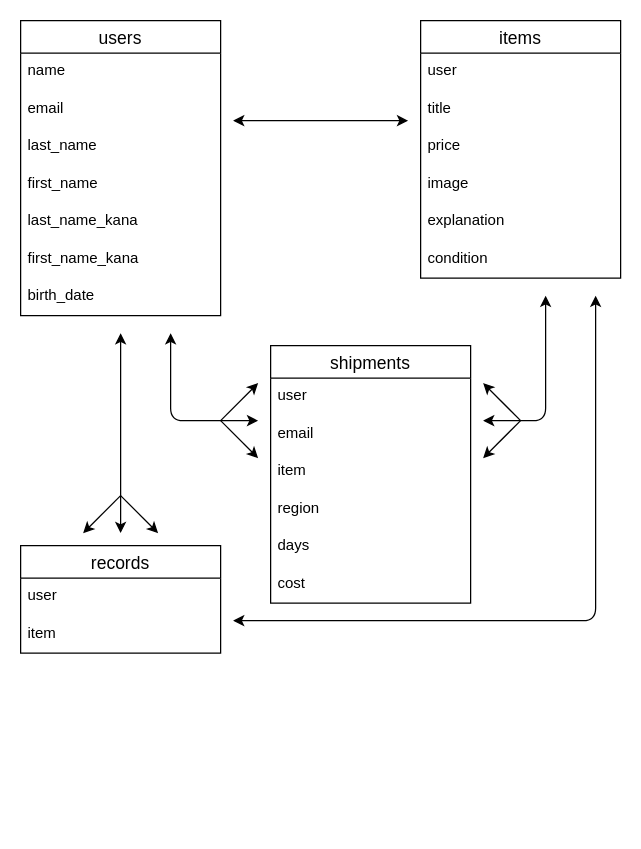
toshikatsu1201/furima-41659 keeps this draw.io diagram as furima.dio. Above is the earlier version. Source tidied: cells renumbered, new cells numbered last; positions are measured from the earlier drawing's top-left corner, leaving out a move shared by most shapes. Both pictures are drawn from the tidied source at 125%, with x=0, y=0 at pixel (20, 20).
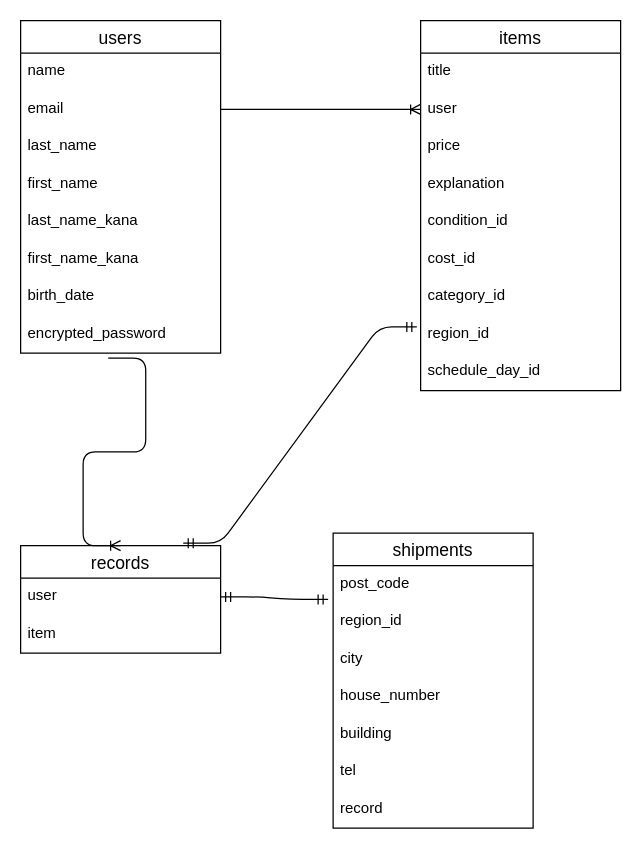
The same page after the edit.

The change refers to these unchanged cells:
```xml
<mxCell id="4" value="email" style="text;strokeColor=none;fillColor=none;spacingLeft=4;spacingRight=4;overflow=hidden;points=[[0,0.5],[1,0.5]];portConstraint=eastwest;fontSize=12;" parent="2" vertex="1">
  <mxGeometry y="56" width="160" height="30" as="geometry" />
</mxCell>
<mxCell id="24" value="records" style="swimlane;fontStyle=0;horizontal=1;startSize=26;align=center;fontSize=14;" parent="1" vertex="1">
  <mxGeometry y="420" width="160" height="86" as="geometry" />
</mxCell>
<mxCell id="25" value="user" style="text;strokeColor=none;fillColor=none;spacingLeft=4;spacingRight=4;overflow=hidden;points=[[0,0.5],[1,0.5]];portConstraint=eastwest;fontSize=12;" parent="24" vertex="1">
  <mxGeometry y="26" width="160" height="30" as="geometry" />
</mxCell>
```

What changed in the source:
```diff
@@
     <mxCell id="2" value="users" style="swimlane;fontStyle=0;horizontal=1;startSize=26;align=center;fontSize=14;" parent="1" vertex="1">
-      <mxGeometry width="160" height="236" as="geometry" />
+      <mxGeometry width="160" height="266" as="geometry" />
     </mxCell>
@@
+    <mxCell id="38" value="encrypted_password" style="text;strokeColor=none;fillColor=none;spacingLeft=4;spacingRight=4;overflow=hidden;points=[[0,0.5],[1,0.5]];portConstraint=eastwest;fontSize=12;" parent="2" vertex="1">
+      <mxGeometry y="236" width="160" height="30" as="geometry" />
+    </mxCell>
     <mxCell id="10" value="items" style="swimlane;fontStyle=0;horizontal=1;startSize=26;align=center;fontSize=14;" parent="1" vertex="1">
-      <mxGeometry x="320" width="160" height="206" as="geometry" />
+      <mxGeometry x="320" width="160" height="296" as="geometry" />
     </mxCell>
-    <mxCell id="11" value="user" style="text;strokeColor=none;fillColor=none;spacingLeft=4;spacingRight=4;overflow=hidden;fontSize=12;" parent="10" vertex="1">
+    <mxCell id="11" value="title" style="text;strokeColor=none;fillColor=none;spacingLeft=4;spacingRight=4;overflow=hidden;fontSize=12;" parent="10" vertex="1">
       <mxGeometry y="26" width="160" height="30" as="geometry" />
     </mxCell>
-    <mxCell id="12" value="title" style="text;strokeColor=none;fillColor=none;spacingLeft=4;spacingRight=4;overflow=hidden;points=[[0,0.5],[1,0.5]];portConstraint=eastwest;fontSize=12;" parent="10" vertex="1">
+    <mxCell id="12" value="user" style="text;strokeColor=none;fillColor=none;spacingLeft=4;spacingRight=4;overflow=hidden;points=[[0,0.5],[1,0.5]];portConstraint=eastwest;fontSize=12;" parent="10" vertex="1">
       <mxGeometry y="56" width="160" height="30" as="geometry" />
     </mxCell>
@@
-    <mxCell id="14" value="image" style="text;strokeColor=none;fillColor=none;spacingLeft=4;spacingRight=4;overflow=hidden;fontSize=12;" parent="10" vertex="1">
+    <mxCell id="14" value="explanation" style="text;strokeColor=none;fillColor=none;spacingLeft=4;spacingRight=4;overflow=hidden;fontSize=12;" parent="10" vertex="1">
       <mxGeometry y="116" width="160" height="30" as="geometry" />
     </mxCell>
-    <mxCell id="15" value="explanation" style="text;strokeColor=none;fillColor=none;spacingLeft=4;spacingRight=4;overflow=hidden;fontSize=12;" parent="10" vertex="1">
+    <mxCell id="15" value="condition_id" style="text;strokeColor=none;fillColor=none;spacingLeft=4;spacingRight=4;overflow=hidden;fontSize=12;" parent="10" vertex="1">
       <mxGeometry y="146" width="160" height="30" as="geometry" />
     </mxCell>
-    <mxCell id="16" value="condition" style="text;strokeColor=none;fillColor=none;spacingLeft=4;spacingRight=4;overflow=hidden;fontSize=12;" parent="10" vertex="1">
+    <mxCell id="16" value="cost_id" style="text;strokeColor=none;fillColor=none;spacingLeft=4;spacingRight=4;overflow=hidden;fontSize=12;" parent="10" vertex="1">
       <mxGeometry y="176" width="160" height="30" as="geometry" />
     </mxCell>
+    <mxCell id="39" value="category_id" style="text;strokeColor=none;fillColor=none;spacingLeft=4;spacingRight=4;overflow=hidden;fontSize=12;" parent="10" vertex="1">
+      <mxGeometry y="206" width="160" height="30" as="geometry" />
+    </mxCell>
+    <mxCell id="40" value="region_id" style="text;strokeColor=none;fillColor=none;spacingLeft=4;spacingRight=4;overflow=hidden;points=[[0,0.5],[1,0.5]];portConstraint=eastwest;fontSize=12;" parent="10" vertex="1">
+      <mxGeometry y="236" width="160" height="30" as="geometry" />
+    </mxCell>
+    <mxCell id="41" value="schedule_day_id" style="text;strokeColor=none;fillColor=none;spacingLeft=4;spacingRight=4;overflow=hidden;fontSize=12;" parent="10" vertex="1">
+      <mxGeometry y="266" width="160" height="30" as="geometry" />
+    </mxCell>
     <mxCell id="17" value="shipments" style="swimlane;fontStyle=0;horizontal=1;startSize=26;align=center;fontSize=14;" parent="1" vertex="1">
-      <mxGeometry x="200" y="260" width="160" height="206" as="geometry" />
+      <mxGeometry x="250" y="410" width="160" height="236" as="geometry" />
     </mxCell>
-    <mxCell id="18" value="user" style="text;strokeColor=none;fillColor=none;spacingLeft=4;spacingRight=4;overflow=hidden;points=[[0,0.5],[1,0.5]];portConstraint=eastwest;fontSize=12;" parent="17" vertex="1">
+    <mxCell id="18" value="post_code" style="text;strokeColor=none;fillColor=none;spacingLeft=4;spacingRight=4;overflow=hidden;points=[[0,0.5],[1,0.5]];portConstraint=eastwest;fontSize=12;" parent="17" vertex="1">
       <mxGeometry y="26" width="160" height="30" as="geometry" />
     </mxCell>
-    <mxCell id="19" value="email" style="text;strokeColor=none;fillColor=none;spacingLeft=4;spacingRight=4;overflow=hidden;fontSize=12;" parent="17" vertex="1">
+    <mxCell id="19" value="region_id" style="text;strokeColor=none;fillColor=none;spacingLeft=4;spacingRight=4;overflow=hidden;fontSize=12;" parent="17" vertex="1">
       <mxGeometry y="56" width="160" height="30" as="geometry" />
     </mxCell>
-    <mxCell id="20" value="item" style="text;strokeColor=none;fillColor=none;spacingLeft=4;spacingRight=4;overflow=hidden;fontSize=12;" parent="17" vertex="1">
+    <mxCell id="20" value="city" style="text;strokeColor=none;fillColor=none;spacingLeft=4;spacingRight=4;overflow=hidden;fontSize=12;" parent="17" vertex="1">
       <mxGeometry y="86" width="160" height="30" as="geometry" />
     </mxCell>
-    <mxCell id="21" value="region" style="text;strokeColor=none;fillColor=none;spacingLeft=4;spacingRight=4;overflow=hidden;fontSize=12;" parent="17" vertex="1">
+    <mxCell id="21" value="house_number" style="text;strokeColor=none;fillColor=none;spacingLeft=4;spacingRight=4;overflow=hidden;fontSize=12;" parent="17" vertex="1">
       <mxGeometry y="116" width="160" height="30" as="geometry" />
     </mxCell>
-    <mxCell id="22" value="days" style="text;strokeColor=none;fillColor=none;spacingLeft=4;spacingRight=4;overflow=hidden;fontSize=12;" parent="17" vertex="1">
+    <mxCell id="22" value="building" style="text;strokeColor=none;fillColor=none;spacingLeft=4;spacingRight=4;overflow=hidden;fontSize=12;" parent="17" vertex="1">
       <mxGeometry y="146" width="160" height="30" as="geometry" />
     </mxCell>
-    <mxCell id="23" value="cost" style="text;strokeColor=none;fillColor=none;spacingLeft=4;spacingRight=4;overflow=hidden;fontSize=12;" parent="17" vertex="1">
+    <mxCell id="23" value="tel" style="text;strokeColor=none;fillColor=none;spacingLeft=4;spacingRight=4;overflow=hidden;fontSize=12;" parent="17" vertex="1">
       <mxGeometry y="176" width="160" height="30" as="geometry" />
     </mxCell>
+    <mxCell id="42" value="record " style="text;strokeColor=none;fillColor=none;spacingLeft=4;spacingRight=4;overflow=hidden;fontSize=12;" parent="17" vertex="1">
+      <mxGeometry y="206" width="160" height="30" as="geometry" />
+    </mxCell>
@@
-    <mxCell id="27" style="endArrow=classic;startArrow=classic;html=1;" parent="1" edge="1">
-      <mxGeometry relative="1" as="geometry">
-        <mxPoint x="80" y="410" as="sourcePoint" />
-        <mxPoint x="80" y="250" as="targetPoint" />
-      </mxGeometry>
-    </mxCell>
-    <mxCell id="28" style="endArrow=classic;html=1;" parent="1" edge="1">
-      <mxGeometry relative="1" as="geometry">
-        <mxPoint x="80" y="380" as="sourcePoint" />
-        <mxPoint x="110" y="410" as="targetPoint" />
-      </mxGeometry>
-    </mxCell>
-    <mxCell id="29" style="endArrow=classic;html=1;" parent="1" edge="1">
-      <mxGeometry relative="1" as="geometry">
-        <mxPoint x="80" y="380" as="sourcePoint" />
-        <mxPoint x="50" y="410" as="targetPoint" />
-      </mxGeometry>
-    </mxCell>
-    <mxCell id="30" style="endArrow=classic;startArrow=classic;html=1;" parent="1" edge="1">
-      <mxGeometry relative="1" as="geometry">
-        <mxPoint x="120" y="250" as="sourcePoint" />
-        <mxPoint x="190" y="320" as="targetPoint" />
-        <Array as="points">
-          <mxPoint x="120" y="320" />
-        </Array>
-      </mxGeometry>
-    </mxCell>
-    <mxCell id="31" style="endArrow=classic;html=1;" parent="1" edge="1">
-      <mxGeometry relative="1" as="geometry">
-        <mxPoint x="160" y="320" as="sourcePoint" />
-        <mxPoint x="190" y="290" as="targetPoint" />
-      </mxGeometry>
-    </mxCell>
-    <mxCell id="32" style="endArrow=classic;html=1;" parent="1" edge="1">
-      <mxGeometry relative="1" as="geometry">
-        <mxPoint x="160" y="320" as="sourcePoint" />
-        <mxPoint x="190" y="350" as="targetPoint" />
-      </mxGeometry>
-    </mxCell>
-    <mxCell id="33" style="endArrow=classic;startArrow=classic;html=1;" parent="1" edge="1">
-      <mxGeometry relative="1" as="geometry">
-        <mxPoint x="310" y="80" as="sourcePoint" />
-        <mxPoint x="170" y="80" as="targetPoint" />
-      </mxGeometry>
-    </mxCell>
-    <mxCell id="34" style="endArrow=classic;startArrow=classic;html=1;" parent="1" edge="1">
-      <mxGeometry relative="1" as="geometry">
-        <mxPoint x="370" y="320" as="sourcePoint" />
-        <mxPoint x="420" y="220" as="targetPoint" />
-        <Array as="points">
-          <mxPoint x="420" y="320" />
-        </Array>
-      </mxGeometry>
-    </mxCell>
-    <mxCell id="35" style="endArrow=classic;html=1;" parent="1" edge="1">
-      <mxGeometry relative="1" as="geometry">
-        <mxPoint x="400" y="320" as="sourcePoint" />
-        <mxPoint x="370" y="290" as="targetPoint" />
-      </mxGeometry>
-    </mxCell>
-    <mxCell id="36" style="endArrow=classic;html=1;" parent="1" edge="1">
-      <mxGeometry relative="1" as="geometry">
-        <mxPoint x="400" y="320" as="sourcePoint" />
-        <mxPoint x="370" y="350" as="targetPoint" />
-      </mxGeometry>
-    </mxCell>
-    <mxCell id="37" style="endArrow=classic;startArrow=classic;html=1;" parent="1" edge="1">
-      <mxGeometry relative="1" as="geometry">
-        <mxPoint x="170" y="480" as="sourcePoint" />
-        <mxPoint x="460" y="220" as="targetPoint" />
-        <Array as="points">
-          <mxPoint x="460" y="480" />
-        </Array>
-      </mxGeometry>
-    </mxCell>
+    <mxCell id="43" style="edgeStyle=entityRelationEdgeStyle;fontSize=12;html=1;endArrow=ERoneToMany;entryX=0;entryY=0.5;entryDx=0;entryDy=0;exitX=1;exitY=0.5;exitDx=0;exitDy=0;" parent="1" edge="1" source="4" target="12">
+      <mxGeometry relative="1" as="geometry" />
+    </mxCell>
+    <mxCell id="44" style="edgeStyle=entityRelationEdgeStyle;fontSize=12;html=1;endArrow=ERoneToMany;exitX=0.438;exitY=1.133;exitDx=0;exitDy=0;exitPerimeter=0;entryX=0.5;entryY=0;entryDx=0;entryDy=0;" parent="1" edge="1" source="38" target="24">
+      <mxGeometry relative="1" as="geometry" />
+    </mxCell>
+    <mxCell id="45" style="edgeStyle=entityRelationEdgeStyle;fontSize=12;html=1;endArrow=ERmandOne;startArrow=ERmandOne;exitX=1;exitY=0.5;exitDx=0;exitDy=0;entryX=-0.025;entryY=0.9;entryDx=0;entryDy=0;entryPerimeter=0;" parent="1" edge="1" source="25" target="18">
+      <mxGeometry relative="1" as="geometry" />
+    </mxCell>
+    <mxCell id="46" style="edgeStyle=entityRelationEdgeStyle;fontSize=12;html=1;endArrow=ERmandOne;startArrow=ERmandOne;entryX=-0.019;entryY=0.3;entryDx=0;entryDy=0;entryPerimeter=0;exitX=0.813;exitY=-0.023;exitDx=0;exitDy=0;exitPerimeter=0;" parent="1" edge="1" source="24" target="40">
+      <mxGeometry relative="1" as="geometry" />
+    </mxCell>
```
